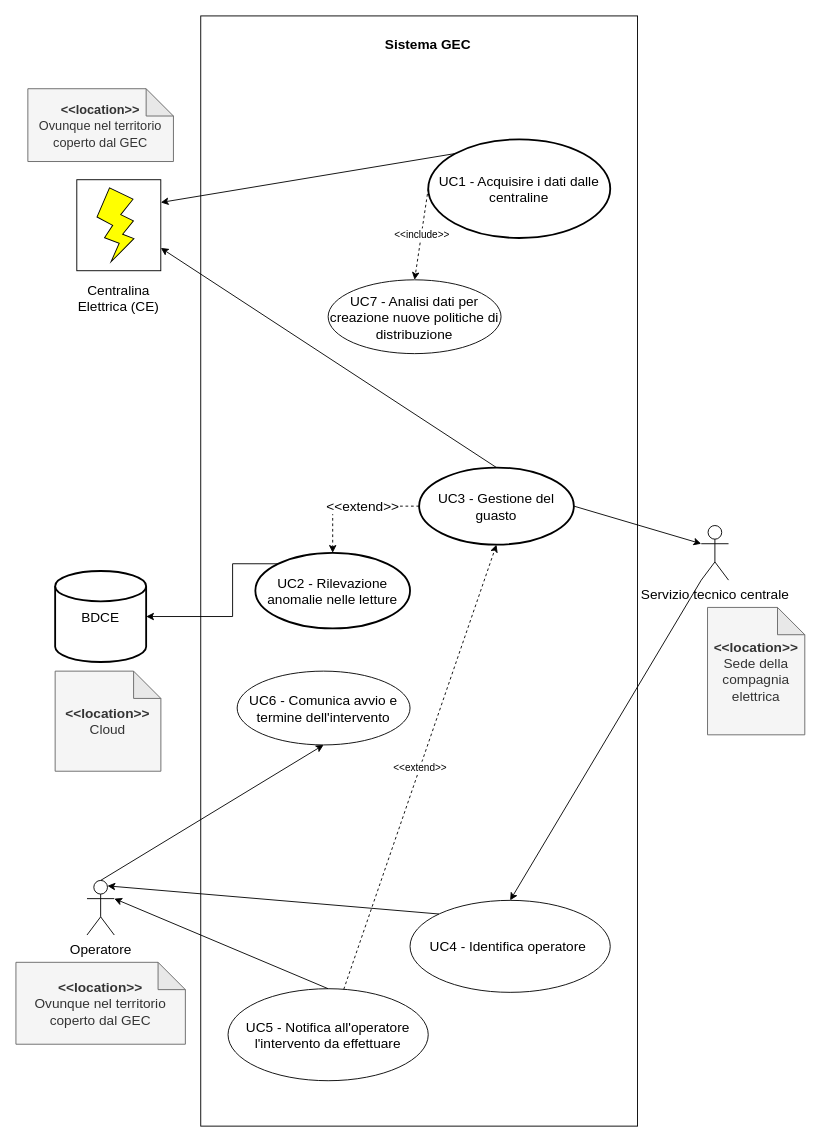
This is use_cases_diagram.drawio from mbeccari856608/architetturasw2024, a draw.io file, before an edit. Source tidied: cells renumbered, new cells numbered last; positions are measured from the earlier drawing's top-left corner, leaving out a move shared by most shapes. Both pictures are drawn from the tidied source at 91%, with x=0, y=0 at pixel (15, 15).
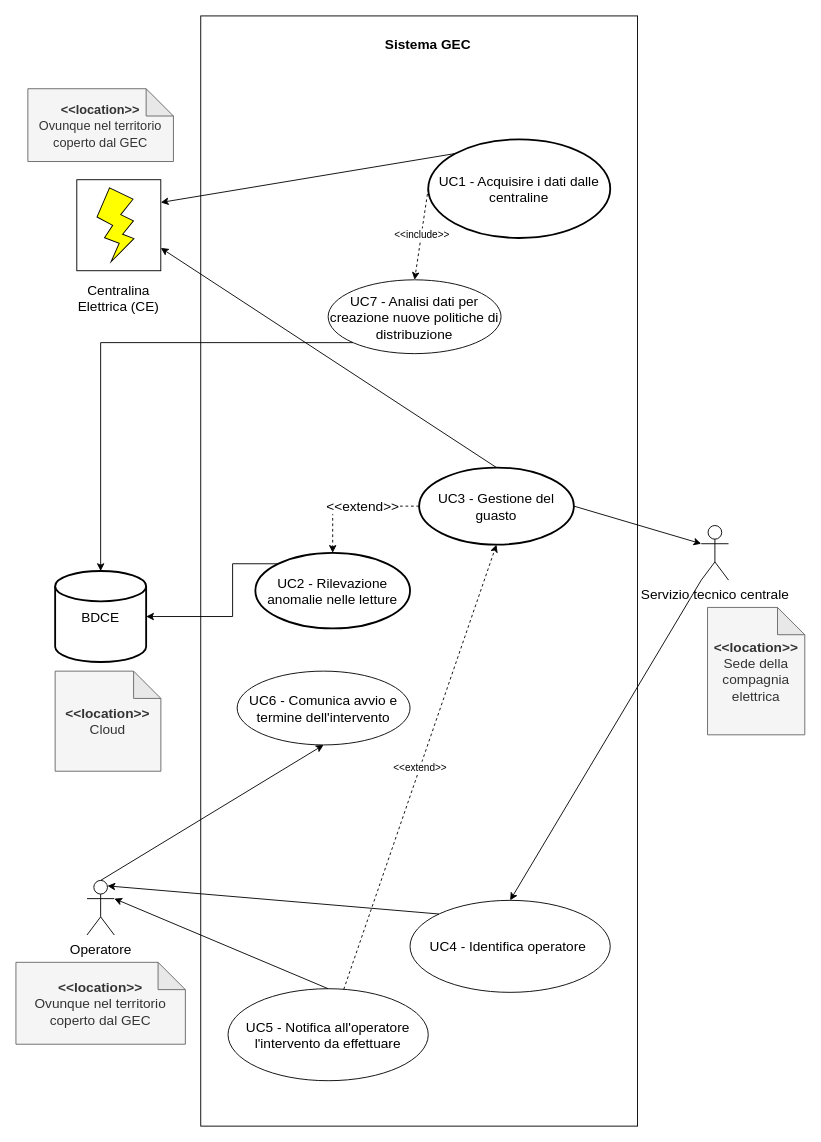
After the change.

The change refers to these unchanged cells:
```xml
<mxCell id="2" value="BDCE" style="strokeWidth=2;html=1;shape=mxgraph.flowchart.database;whiteSpace=wrap;fontSize=15;" parent="1" vertex="1">
  <mxGeometry x="43.1" y="610" width="100" height="100" as="geometry" />
</mxCell>
<mxCell id="15" value="UC7 - Analisi dati per creazione nuove politiche di distribuzione" style="ellipse;whiteSpace=wrap;html=1;strokeColor=#000000;fontSize=15;fillColor=#FFFFFF;" parent="3" vertex="1">
  <mxGeometry x="130" y="290" width="190" height="81.1" as="geometry" />
</mxCell>
```

Diff of the diagram source:
```diff
@@
+    <mxCell id="36" style="edgeStyle=orthogonalEdgeStyle;rounded=0;jettySize=auto;html=1;exitX=0;exitY=1;exitDx=0;exitDy=0;entryX=0.5;entryY=0;entryDx=0;entryDy=0;entryPerimeter=0;" parent="1" edge="1" source="15" target="2">
+      <mxGeometry relative="1" as="geometry">
+        <Array as="points">
+          <mxPoint x="93" y="359" />
+        </Array>
+      </mxGeometry>
+    </mxCell>
```
